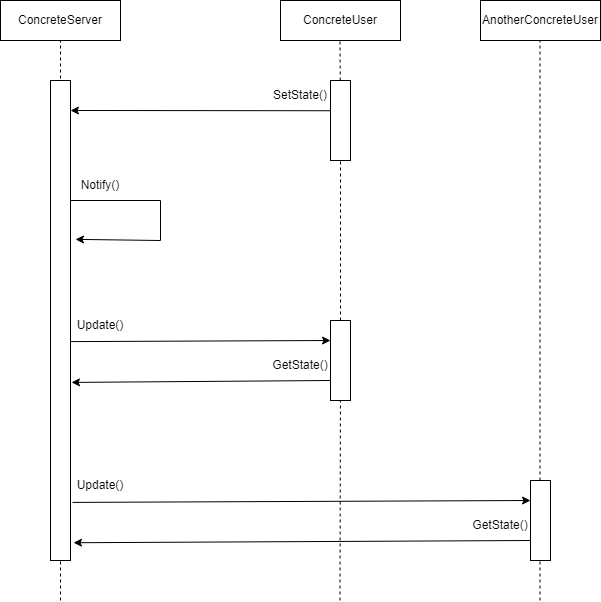
Earlier version of the draw.io export Assignments/Assignment4/Observer/Observer Sequence Diagram.png (thedtripp/cecs575_group4). Source tidied: cells renumbered, new cells last; positions are measured from the earlier drawing's top-left corner, leaving out a move shared by most shapes.
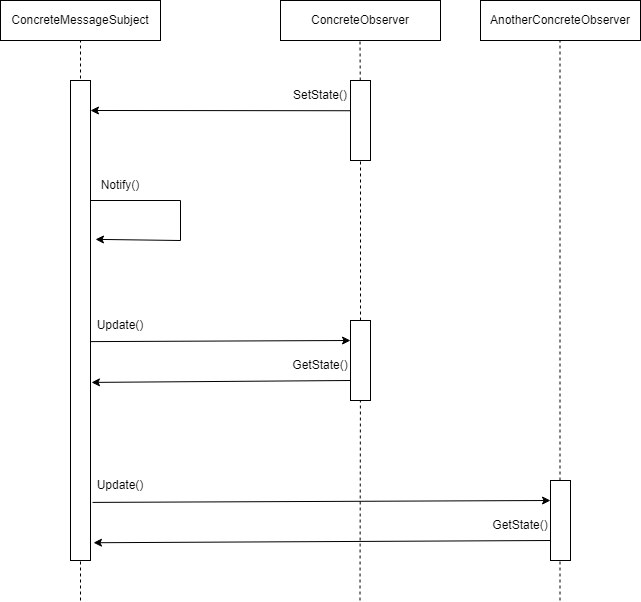
The same diagram one commit later.

The edit, as a diff of the source:
```diff
@@ -2,14 +2,14 @@
   <root>
     <mxCell id="0" />
     <mxCell id="1" parent="0" />
-    <mxCell id="2" value="ConcreteServer" style="rounded=0;whiteSpace=wrap;html=1;" parent="1" vertex="1">
-      <mxGeometry width="120" height="40" as="geometry" />
+    <mxCell id="2" value="ConcreteMessageSubject" style="rounded=0;whiteSpace=wrap;html=1;" parent="1" vertex="1">
+      <mxGeometry x="-20" width="160" height="40" as="geometry" />
     </mxCell>
-    <mxCell id="3" value="ConcreteUser" style="rounded=0;whiteSpace=wrap;html=1;" parent="1" vertex="1">
-      <mxGeometry x="280" width="120" height="40" as="geometry" />
+    <mxCell id="3" value="ConcreteObserver" style="rounded=0;whiteSpace=wrap;html=1;" parent="1" vertex="1">
+      <mxGeometry x="260" width="160" height="40" as="geometry" />
     </mxCell>
-    <mxCell id="4" value="AnotherConcreteUser" style="rounded=0;whiteSpace=wrap;html=1;" parent="1" vertex="1">
-      <mxGeometry x="480" width="120" height="40" as="geometry" />
+    <mxCell id="4" value="AnotherConcreteObserver" style="rounded=0;whiteSpace=wrap;html=1;" parent="1" vertex="1">
+      <mxGeometry x="460" width="160" height="40" as="geometry" />
     </mxCell>
     <mxCell id="5" style="endArrow=none;dashed=1;html=1;rounded=0;" parent="1" edge="1">
       <mxGeometry relative="1" as="geometry">
```
